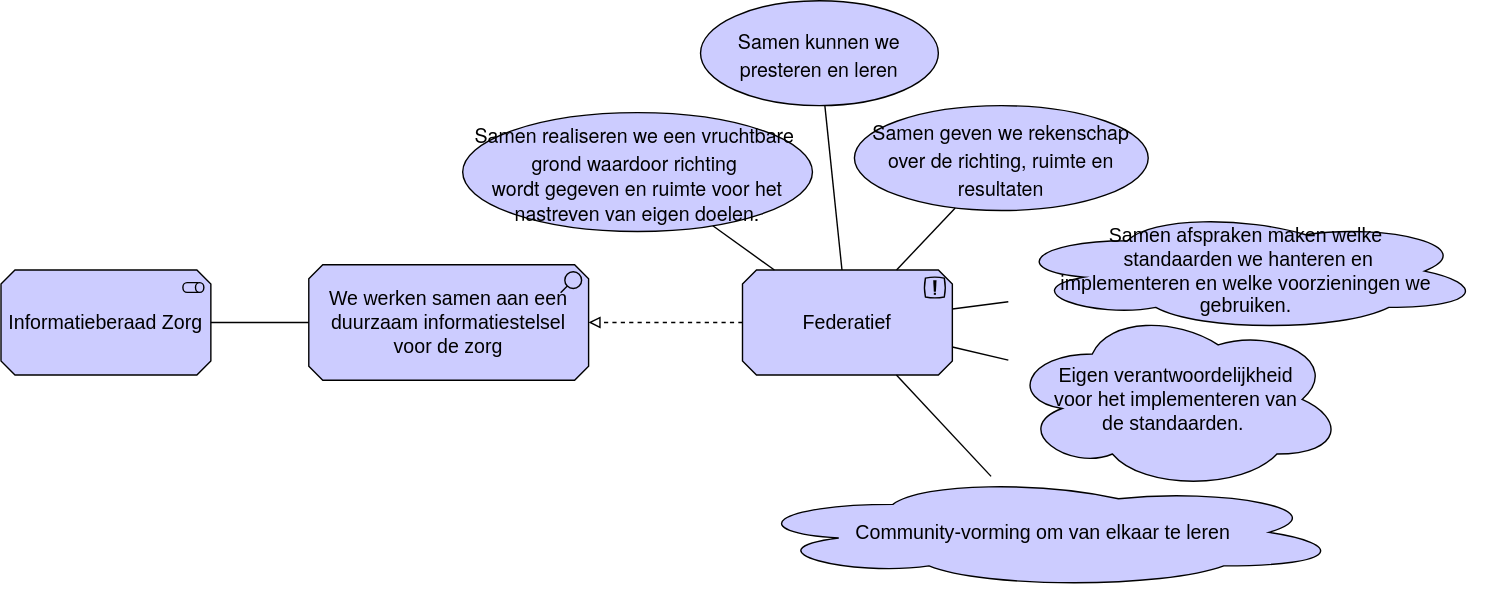
Before: .gitbook/assets/motivation/federated.svg, a diagram exported from draw.io (dizra/docs). Source tidied: cells renumbered, new cells last; positions are measured from the earlier drawing's top-left corner, leaving out a move shared by most shapes. Source of this version:
```xml
<mxGraphModel>
  <root>
    <mxCell id="0" />
    <mxCell id="1" parent="0" />
    <mxCell id="2" value="Federatief" style="html=1;outlineConnect=0;whiteSpace=wrap;fillColor=#CCCCFF;shape=mxgraph.archimate3.application;appType=principle;archiType=oct;strokeColor=#000000;fontSize=14;fontColor=#000000;" parent="1" vertex="1">
      <mxGeometry x="530" y="192.5" width="150" height="75" as="geometry" />
    </mxCell>
    <mxCell id="3" style="edgeStyle=elbowEdgeStyle;html=1;endArrow=block;elbow=vertical;endFill=0;dashed=1;" parent="1" edge="1" source="2" target="4">
      <mxGeometry relative="1" as="geometry" />
    </mxCell>
    <mxCell id="4" value="We werken samen aan een duurzaam informatiestelsel voor de zorg" style="html=1;outlineConnect=0;whiteSpace=wrap;fillColor=#CCCCFF;shape=mxgraph.archimate3.application;appType=assess;archiType=oct;fontSize=14;strokeColor=#000000;fontColor=#000000;" parent="1" vertex="1">
      <mxGeometry x="220" y="188.8" width="200" height="82.5" as="geometry" />
    </mxCell>
    <mxCell id="5" value="Informatieberaad Zorg" style="html=1;outlineConnect=0;whiteSpace=wrap;fillColor=#CCCCFF;shape=mxgraph.archimate3.application;appType=role;archiType=oct;fontSize=14;strokeColor=#000000;fontColor=#000000;" parent="1" vertex="1">
      <mxGeometry y="192.5" width="150" height="75" as="geometry" />
    </mxCell>
    <mxCell id="6" style="endArrow=none;html=1;fontSize=14;" parent="1" edge="1" source="4" target="5">
      <mxGeometry relative="1" as="geometry" />
    </mxCell>
    <mxCell id="7" value="&lt;p class=&quot;p1&quot; style=&quot;margin: 0px ; font-stretch: normal ; font-size: 14px ; line-height: normal ; font-family: &amp;#34;helvetica neue&amp;#34;&quot;&gt;Samen realiseren we een vruchtbare&amp;nbsp;&lt;/p&gt;&lt;p class=&quot;p1&quot; style=&quot;margin: 0px ; font-stretch: normal ; font-size: 14px ; line-height: normal ; font-family: &amp;#34;helvetica neue&amp;#34;&quot;&gt;grond waardoor richting&amp;nbsp;&lt;/p&gt;&lt;span style=&quot;font-family: &amp;#34;helvetica neue&amp;#34;&quot;&gt;wordt gegeven&amp;nbsp;&lt;/span&gt;&lt;span style=&quot;font-family: &amp;#34;helvetica neue&amp;#34;&quot;&gt;en ruimte voor het nastreven van eigen doelen.&lt;/span&gt;&lt;span style=&quot;font-family: &amp;#34;helvetica neue&amp;#34;&quot;&gt;&lt;br&gt;&lt;/span&gt;" style="shape=ellipse;html=1;whiteSpace=wrap;fillColor=#CCCCFF;perimeter=ellipsePerimeter;strokeColor=#000000;fontSize=14;fontColor=#000000;" parent="1" vertex="1">
      <mxGeometry x="330" y="80" width="250" height="85" as="geometry" />
    </mxCell>
    <mxCell id="8" style="endArrow=none;html=1;" parent="1" edge="1" source="2" target="7">
      <mxGeometry relative="1" as="geometry" />
    </mxCell>
    <mxCell id="9" value="Samen afspraken maken welke&lt;br&gt;&amp;nbsp;standaarden we hanteren en &lt;br&gt;implementeren en welke voorzieningen we gebruiken." style="shape=cloud;html=1;whiteSpace=wrap;fillColor=#CCCCFF;spacingLeft=30;spacingRight=30;fontSize=14;" parent="1" vertex="1">
      <mxGeometry x="720" y="150" width="340" height="86.5" as="geometry" />
    </mxCell>
    <mxCell id="10" style="endArrow=none;html=1;" parent="1" edge="1" source="9" target="2">
      <mxGeometry relative="1" as="geometry" />
    </mxCell>
    <mxCell id="11" value="Eigen verantwoordelijkheid voor het implementeren van de standaarden.&amp;nbsp;" style="shape=cloud;html=1;whiteSpace=wrap;fillColor=#CCCCFF;spacingLeft=30;spacingRight=30;fontSize=14;" parent="1" vertex="1">
      <mxGeometry x="720" y="220" width="240" height="130" as="geometry" />
    </mxCell>
    <mxCell id="12" style="endArrow=none;html=1;" parent="1" edge="1" source="11" target="2">
      <mxGeometry relative="1" as="geometry" />
    </mxCell>
    <mxCell id="13" value="&lt;p class=&quot;p1&quot; style=&quot;margin: 0px ; font-stretch: normal ; font-size: 14px ; line-height: normal ; font-family: &amp;#34;helvetica neue&amp;#34;&quot;&gt;Samen kunnen we presteren en leren&lt;/p&gt;" style="shape=ellipse;html=1;whiteSpace=wrap;fillColor=#CCCCFF;perimeter=ellipsePerimeter;strokeColor=#000000;fontSize=14;fontColor=#000000;" parent="1" vertex="1">
      <mxGeometry x="500" width="170" height="75" as="geometry" />
    </mxCell>
    <mxCell id="14" style="endArrow=none;html=1;" parent="1" edge="1" source="13" target="2">
      <mxGeometry relative="1" as="geometry" />
    </mxCell>
    <mxCell id="15" value="Community-vorming om van elkaar te leren" style="shape=cloud;html=1;whiteSpace=wrap;fillColor=#CCCCFF;spacingLeft=30;spacingRight=30;fontSize=14;" parent="1" vertex="1">
      <mxGeometry x="530" y="340" width="430" height="80" as="geometry" />
    </mxCell>
    <mxCell id="16" style="endArrow=none;html=1;" parent="1" edge="1" source="15" target="2">
      <mxGeometry relative="1" as="geometry" />
    </mxCell>
    <mxCell id="17" value="&lt;p class=&quot;p1&quot; style=&quot;margin: 0px ; font-stretch: normal ; font-size: 14px ; line-height: normal ; font-family: &amp;#34;helvetica neue&amp;#34;&quot;&gt;Samen geven we rekenschap over de richting, ruimte en resultaten&lt;/p&gt;" style="shape=ellipse;html=1;whiteSpace=wrap;fillColor=#CCCCFF;perimeter=ellipsePerimeter;strokeColor=#000000;fontSize=14;fontColor=#000000;" parent="1" vertex="1">
      <mxGeometry x="610" y="75" width="210" height="75" as="geometry" />
    </mxCell>
    <mxCell id="18" style="endArrow=none;html=1;" parent="1" edge="1" source="17" target="2">
      <mxGeometry relative="1" as="geometry" />
    </mxCell>
  </root>
</mxGraphModel>
```
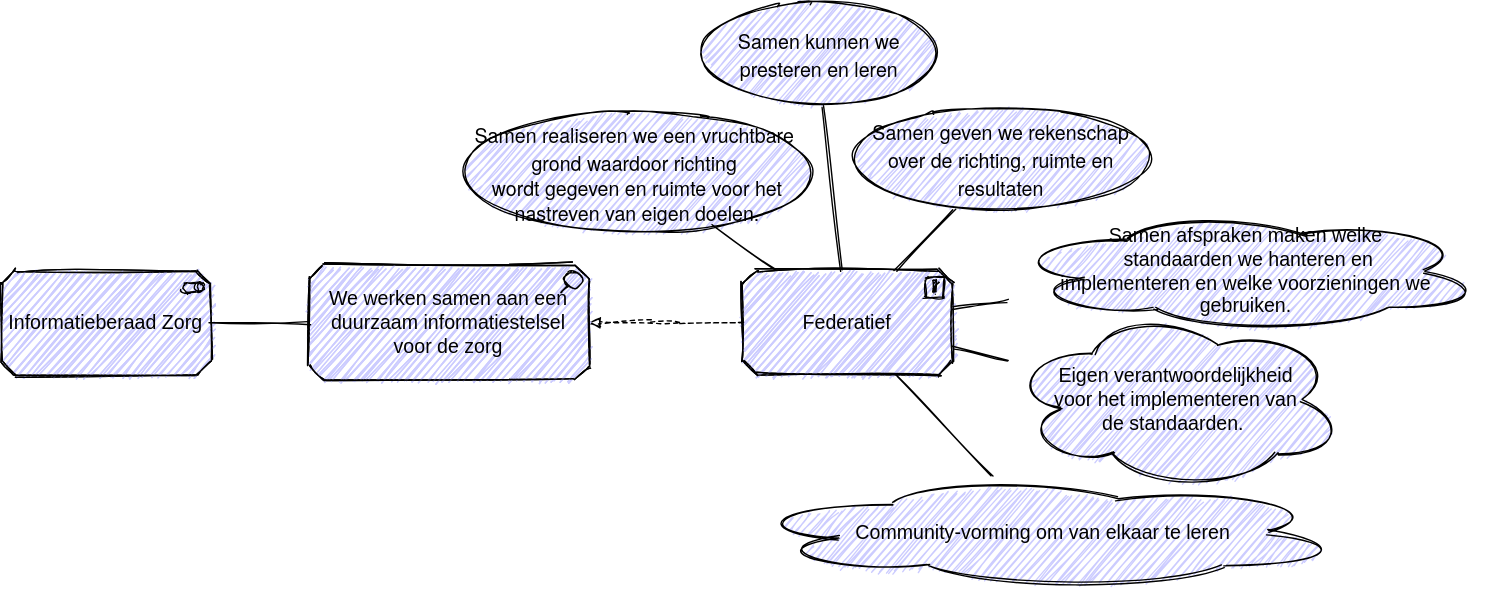
After the commit.

Diff of the diagram source:
```diff
@@ -2,55 +2,55 @@
   <root>
     <mxCell id="0" />
     <mxCell id="1" parent="0" />
-    <mxCell id="2" value="Federatief" style="html=1;outlineConnect=0;whiteSpace=wrap;fillColor=#CCCCFF;shape=mxgraph.archimate3.application;appType=principle;archiType=oct;strokeColor=#000000;fontSize=14;fontColor=#000000;" parent="1" vertex="1">
+    <mxCell id="2" value="Federatief" style="html=1;outlineConnect=0;whiteSpace=wrap;fillColor=#CCCCFF;shape=mxgraph.archimate3.application;appType=principle;archiType=oct;strokeColor=#000000;fontSize=14;fontColor=#000000;sketch=1;" parent="1" vertex="1">
       <mxGeometry x="530" y="192.5" width="150" height="75" as="geometry" />
     </mxCell>
-    <mxCell id="3" style="edgeStyle=elbowEdgeStyle;html=1;endArrow=block;elbow=vertical;endFill=0;dashed=1;" parent="1" edge="1" source="2" target="4">
+    <mxCell id="3" style="edgeStyle=elbowEdgeStyle;html=1;endArrow=block;elbow=vertical;endFill=0;dashed=1;sketch=1;" parent="1" edge="1" source="2" target="4">
       <mxGeometry relative="1" as="geometry" />
     </mxCell>
-    <mxCell id="4" value="We werken samen aan een duurzaam informatiestelsel voor de zorg" style="html=1;outlineConnect=0;whiteSpace=wrap;fillColor=#CCCCFF;shape=mxgraph.archimate3.application;appType=assess;archiType=oct;fontSize=14;strokeColor=#000000;fontColor=#000000;" parent="1" vertex="1">
+    <mxCell id="4" value="We werken samen aan een duurzaam informatiestelsel voor de zorg" style="html=1;outlineConnect=0;whiteSpace=wrap;fillColor=#CCCCFF;shape=mxgraph.archimate3.application;appType=assess;archiType=oct;fontSize=14;strokeColor=#000000;fontColor=#000000;sketch=1;" parent="1" vertex="1">
       <mxGeometry x="220" y="188.8" width="200" height="82.5" as="geometry" />
     </mxCell>
-    <mxCell id="5" value="Informatieberaad Zorg" style="html=1;outlineConnect=0;whiteSpace=wrap;fillColor=#CCCCFF;shape=mxgraph.archimate3.application;appType=role;archiType=oct;fontSize=14;strokeColor=#000000;fontColor=#000000;" parent="1" vertex="1">
+    <mxCell id="5" value="Informatieberaad Zorg" style="html=1;outlineConnect=0;whiteSpace=wrap;fillColor=#CCCCFF;shape=mxgraph.archimate3.application;appType=role;archiType=oct;fontSize=14;strokeColor=#000000;fontColor=#000000;sketch=1;" parent="1" vertex="1">
       <mxGeometry y="192.5" width="150" height="75" as="geometry" />
     </mxCell>
-    <mxCell id="6" style="endArrow=none;html=1;fontSize=14;" parent="1" edge="1" source="4" target="5">
+    <mxCell id="6" style="endArrow=none;html=1;fontSize=14;sketch=1;" parent="1" edge="1" source="4" target="5">
       <mxGeometry relative="1" as="geometry" />
     </mxCell>
-    <mxCell id="7" value="&lt;p class=&quot;p1&quot; style=&quot;margin: 0px ; font-stretch: normal ; font-size: 14px ; line-height: normal ; font-family: &amp;#34;helvetica neue&amp;#34;&quot;&gt;Samen realiseren we een vruchtbare&amp;nbsp;&lt;/p&gt;&lt;p class=&quot;p1&quot; style=&quot;margin: 0px ; font-stretch: normal ; font-size: 14px ; line-height: normal ; font-family: &amp;#34;helvetica neue&amp;#34;&quot;&gt;grond waardoor richting&amp;nbsp;&lt;/p&gt;&lt;span style=&quot;font-family: &amp;#34;helvetica neue&amp;#34;&quot;&gt;wordt gegeven&amp;nbsp;&lt;/span&gt;&lt;span style=&quot;font-family: &amp;#34;helvetica neue&amp;#34;&quot;&gt;en ruimte voor het nastreven van eigen doelen.&lt;/span&gt;&lt;span style=&quot;font-family: &amp;#34;helvetica neue&amp;#34;&quot;&gt;&lt;br&gt;&lt;/span&gt;" style="shape=ellipse;html=1;whiteSpace=wrap;fillColor=#CCCCFF;perimeter=ellipsePerimeter;strokeColor=#000000;fontSize=14;fontColor=#000000;" parent="1" vertex="1">
+    <mxCell id="7" value="&lt;p class=&quot;p1&quot; style=&quot;margin: 0px ; font-stretch: normal ; font-size: 14px ; line-height: normal ; font-family: &amp;#34;helvetica neue&amp;#34;&quot;&gt;Samen realiseren we een vruchtbare&amp;nbsp;&lt;/p&gt;&lt;p class=&quot;p1&quot; style=&quot;margin: 0px ; font-stretch: normal ; font-size: 14px ; line-height: normal ; font-family: &amp;#34;helvetica neue&amp;#34;&quot;&gt;grond waardoor richting&amp;nbsp;&lt;/p&gt;&lt;span style=&quot;font-family: &amp;#34;helvetica neue&amp;#34;&quot;&gt;wordt gegeven&amp;nbsp;&lt;/span&gt;&lt;span style=&quot;font-family: &amp;#34;helvetica neue&amp;#34;&quot;&gt;en ruimte voor het nastreven van eigen doelen.&lt;/span&gt;&lt;span style=&quot;font-family: &amp;#34;helvetica neue&amp;#34;&quot;&gt;&lt;br&gt;&lt;/span&gt;" style="shape=ellipse;html=1;whiteSpace=wrap;fillColor=#CCCCFF;perimeter=ellipsePerimeter;strokeColor=#000000;fontSize=14;fontColor=#000000;sketch=1;" parent="1" vertex="1">
       <mxGeometry x="330" y="80" width="250" height="85" as="geometry" />
     </mxCell>
-    <mxCell id="8" style="endArrow=none;html=1;" parent="1" edge="1" source="2" target="7">
+    <mxCell id="8" style="endArrow=none;html=1;sketch=1;" parent="1" edge="1" source="2" target="7">
       <mxGeometry relative="1" as="geometry" />
     </mxCell>
-    <mxCell id="9" value="Samen afspraken maken welke&lt;br&gt;&amp;nbsp;standaarden we hanteren en &lt;br&gt;implementeren en welke voorzieningen we gebruiken." style="shape=cloud;html=1;whiteSpace=wrap;fillColor=#CCCCFF;spacingLeft=30;spacingRight=30;fontSize=14;" parent="1" vertex="1">
+    <mxCell id="9" value="Samen afspraken maken welke&lt;br&gt;&amp;nbsp;standaarden we hanteren en &lt;br&gt;implementeren en welke voorzieningen we gebruiken." style="shape=cloud;html=1;whiteSpace=wrap;fillColor=#CCCCFF;spacingLeft=30;spacingRight=30;fontSize=14;sketch=1;" parent="1" vertex="1">
       <mxGeometry x="720" y="150" width="340" height="86.5" as="geometry" />
     </mxCell>
-    <mxCell id="10" style="endArrow=none;html=1;" parent="1" edge="1" source="9" target="2">
+    <mxCell id="10" style="endArrow=none;html=1;sketch=1;" parent="1" edge="1" source="9" target="2">
       <mxGeometry relative="1" as="geometry" />
     </mxCell>
-    <mxCell id="11" value="Eigen verantwoordelijkheid voor het implementeren van de standaarden.&amp;nbsp;" style="shape=cloud;html=1;whiteSpace=wrap;fillColor=#CCCCFF;spacingLeft=30;spacingRight=30;fontSize=14;" parent="1" vertex="1">
+    <mxCell id="11" value="Eigen verantwoordelijkheid voor het implementeren van de standaarden.&amp;nbsp;" style="shape=cloud;html=1;whiteSpace=wrap;fillColor=#CCCCFF;spacingLeft=30;spacingRight=30;fontSize=14;sketch=1;" parent="1" vertex="1">
       <mxGeometry x="720" y="220" width="240" height="130" as="geometry" />
     </mxCell>
-    <mxCell id="12" style="endArrow=none;html=1;" parent="1" edge="1" source="11" target="2">
+    <mxCell id="12" style="endArrow=none;html=1;sketch=1;" parent="1" edge="1" source="11" target="2">
       <mxGeometry relative="1" as="geometry" />
     </mxCell>
-    <mxCell id="13" value="&lt;p class=&quot;p1&quot; style=&quot;margin: 0px ; font-stretch: normal ; font-size: 14px ; line-height: normal ; font-family: &amp;#34;helvetica neue&amp;#34;&quot;&gt;Samen kunnen we presteren en leren&lt;/p&gt;" style="shape=ellipse;html=1;whiteSpace=wrap;fillColor=#CCCCFF;perimeter=ellipsePerimeter;strokeColor=#000000;fontSize=14;fontColor=#000000;" parent="1" vertex="1">
+    <mxCell id="13" value="&lt;p class=&quot;p1&quot; style=&quot;margin: 0px ; font-stretch: normal ; font-size: 14px ; line-height: normal ; font-family: &amp;#34;helvetica neue&amp;#34;&quot;&gt;Samen kunnen we presteren en leren&lt;/p&gt;" style="shape=ellipse;html=1;whiteSpace=wrap;fillColor=#CCCCFF;perimeter=ellipsePerimeter;strokeColor=#000000;fontSize=14;fontColor=#000000;sketch=1;" parent="1" vertex="1">
       <mxGeometry x="500" width="170" height="75" as="geometry" />
     </mxCell>
-    <mxCell id="14" style="endArrow=none;html=1;" parent="1" edge="1" source="13" target="2">
+    <mxCell id="14" style="endArrow=none;html=1;sketch=1;" parent="1" edge="1" source="13" target="2">
       <mxGeometry relative="1" as="geometry" />
     </mxCell>
-    <mxCell id="15" value="Community-vorming om van elkaar te leren" style="shape=cloud;html=1;whiteSpace=wrap;fillColor=#CCCCFF;spacingLeft=30;spacingRight=30;fontSize=14;" parent="1" vertex="1">
+    <mxCell id="15" value="Community-vorming om van elkaar te leren" style="shape=cloud;html=1;whiteSpace=wrap;fillColor=#CCCCFF;spacingLeft=30;spacingRight=30;fontSize=14;sketch=1;" parent="1" vertex="1">
       <mxGeometry x="530" y="340" width="430" height="80" as="geometry" />
     </mxCell>
-    <mxCell id="16" style="endArrow=none;html=1;" parent="1" edge="1" source="15" target="2">
+    <mxCell id="16" style="endArrow=none;html=1;sketch=1;" parent="1" edge="1" source="15" target="2">
       <mxGeometry relative="1" as="geometry" />
     </mxCell>
-    <mxCell id="17" value="&lt;p class=&quot;p1&quot; style=&quot;margin: 0px ; font-stretch: normal ; font-size: 14px ; line-height: normal ; font-family: &amp;#34;helvetica neue&amp;#34;&quot;&gt;Samen geven we rekenschap over de richting, ruimte en resultaten&lt;/p&gt;" style="shape=ellipse;html=1;whiteSpace=wrap;fillColor=#CCCCFF;perimeter=ellipsePerimeter;strokeColor=#000000;fontSize=14;fontColor=#000000;" parent="1" vertex="1">
+    <mxCell id="17" value="&lt;p class=&quot;p1&quot; style=&quot;margin: 0px ; font-stretch: normal ; font-size: 14px ; line-height: normal ; font-family: &amp;#34;helvetica neue&amp;#34;&quot;&gt;Samen geven we rekenschap over de richting, ruimte en resultaten&lt;/p&gt;" style="shape=ellipse;html=1;whiteSpace=wrap;fillColor=#CCCCFF;perimeter=ellipsePerimeter;strokeColor=#000000;fontSize=14;fontColor=#000000;sketch=1;" parent="1" vertex="1">
       <mxGeometry x="610" y="75" width="210" height="75" as="geometry" />
     </mxCell>
-    <mxCell id="18" style="endArrow=none;html=1;" parent="1" edge="1" source="17" target="2">
+    <mxCell id="18" style="endArrow=none;html=1;sketch=1;" parent="1" edge="1" source="17" target="2">
       <mxGeometry relative="1" as="geometry" />
     </mxCell>
   </root>
```
